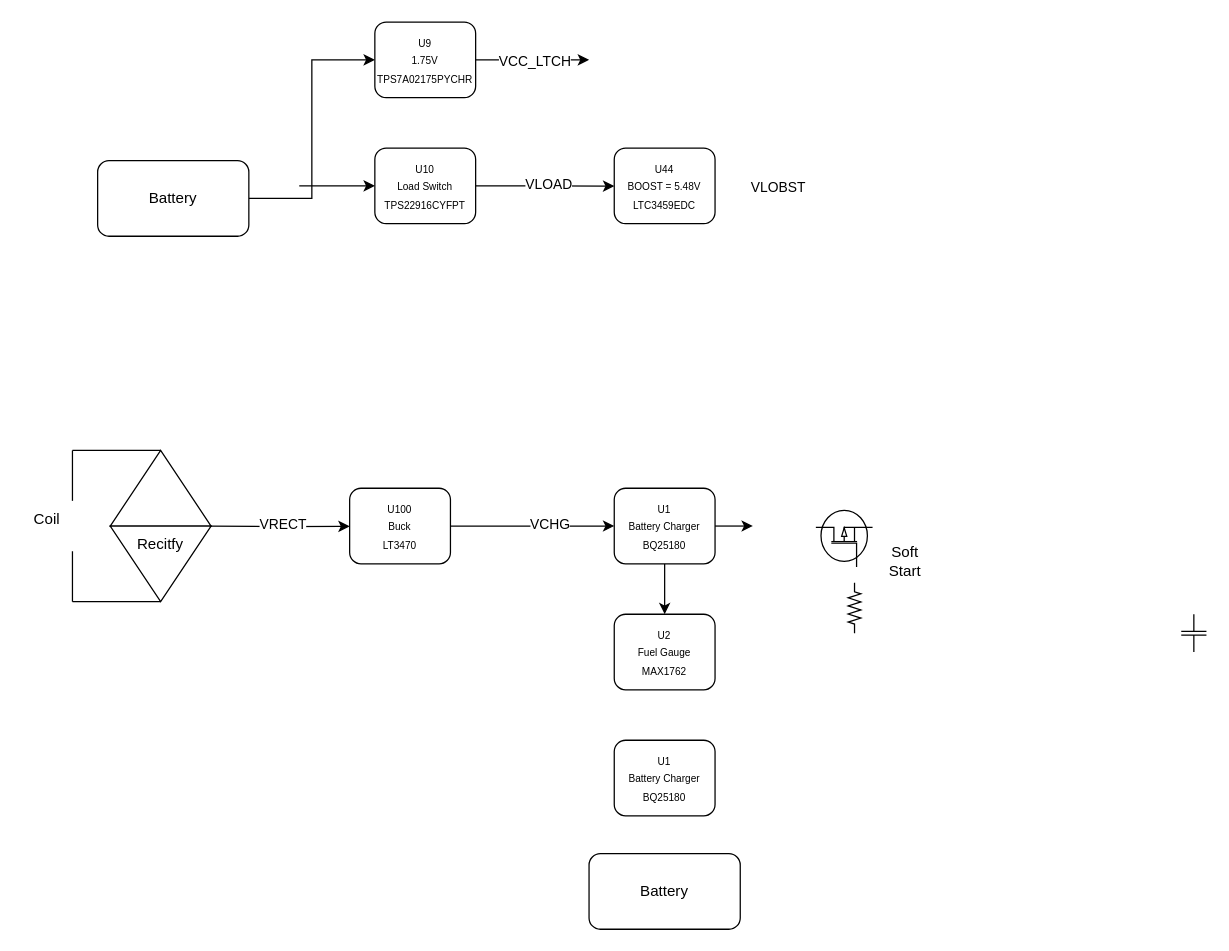
Above: page "Debaron INS" (2 of 2) of Untitled Diagram.drawio in WillGitty/Drawio-Akyva-Power (draw.io), before the change. Source tidied: cells renumbered, new cells numbered last; positions are measured from the earlier drawing's top-left corner, leaving out a move shared by most shapes. Both pictures are drawn from the tidied source at 126%, with x=0, y=0 at pixel (21, 21).
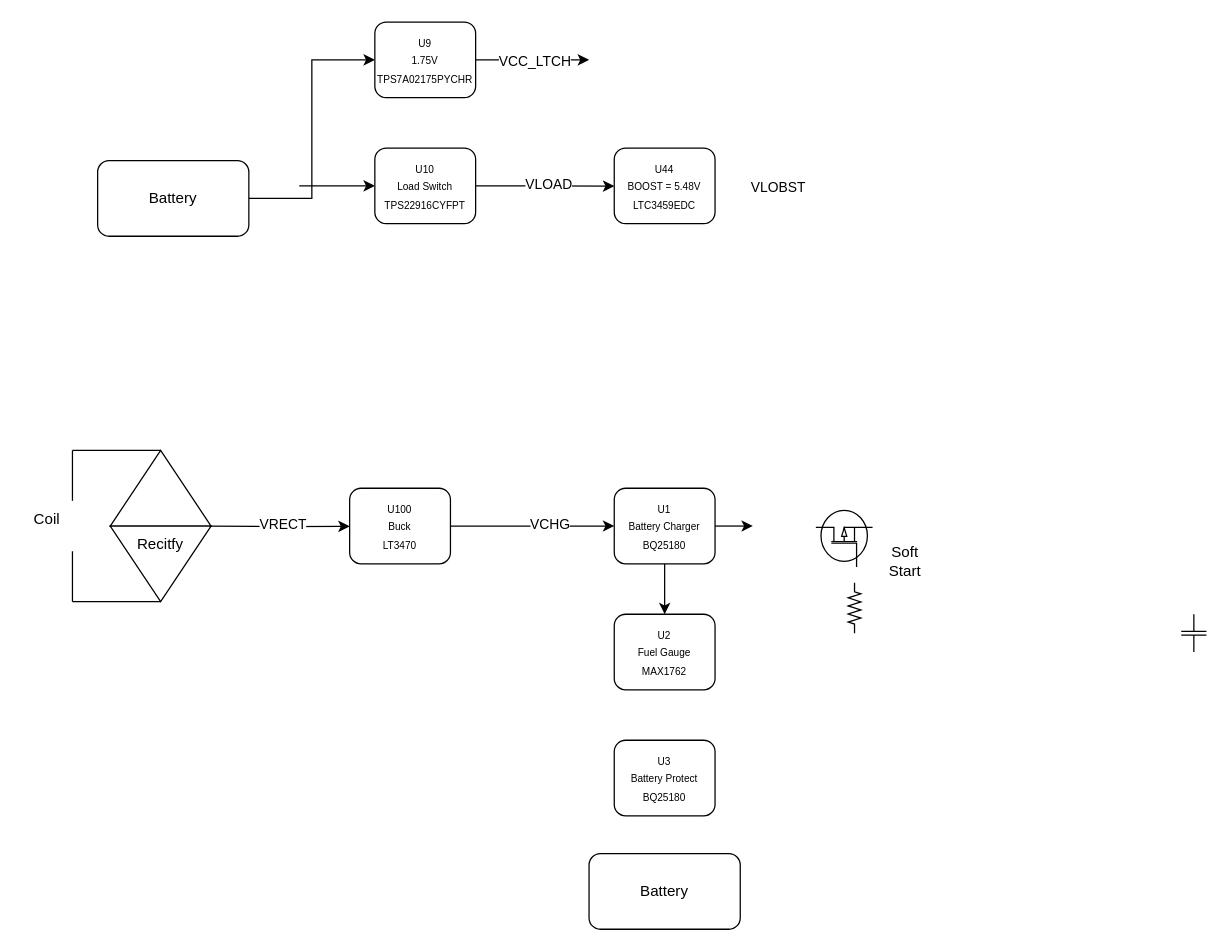
Above is the later version.

Diff of the diagram source:
```diff
@@
-    <mxCell id="35" value="&lt;div&gt;&lt;font style=&quot;font-size: 8px;&quot;&gt;U1&lt;/font&gt;&lt;/div&gt;&lt;div&gt;&lt;font style=&quot;font-size: 8px;&quot;&gt;Battery Charger&lt;br&gt;&lt;/font&gt;&lt;div&gt;&lt;span style=&quot;font-size: 8px;&quot;&gt;BQ25180&lt;/span&gt;&lt;/div&gt;&lt;/div&gt;" style="rounded=1;whiteSpace=wrap;html=1;" parent="1" vertex="1">
+    <mxCell id="35" value="&lt;div&gt;&lt;font style=&quot;font-size: 8px;&quot;&gt;U3&lt;/font&gt;&lt;/div&gt;&lt;div&gt;&lt;font style=&quot;font-size: 8px;&quot;&gt;Battery Protect&lt;br&gt;&lt;/font&gt;&lt;div&gt;&lt;span style=&quot;font-size: 8px;&quot;&gt;BQ25180&lt;/span&gt;&lt;/div&gt;&lt;/div&gt;" style="rounded=1;whiteSpace=wrap;html=1;" parent="1" vertex="1">
       <mxGeometry x="470" y="570" width="80" height="60" as="geometry" />
     </mxCell>
```
